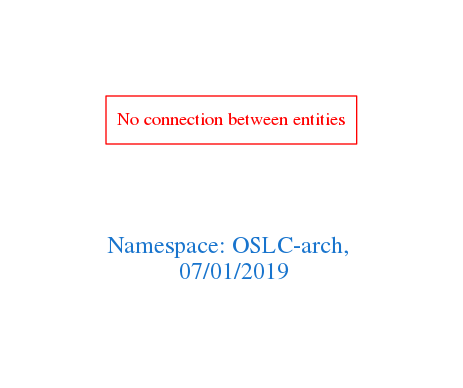
Before: downloads/OSLC-arch.png, a diagram exported from Graphviz (arago/OGIT). Its source is kept beside it as downloads/OSLC-arch.dot.
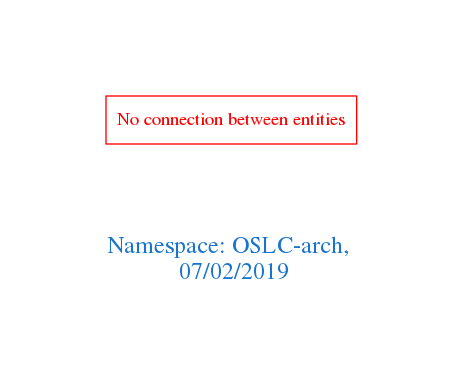
After the commit.

What changed in the source:
```diff
@@ -1,7 +1,7 @@
 digraph OGIT_ontology {
  graph [ rankdir= LR,pad=1
 fontsize = 18,
-fontcolor= dodgerblue3,label = "\n\n\nNamespace: OSLC-arch, \n 07/01/2019"];
+fontcolor= dodgerblue3,label = "\n\n\nNamespace: OSLC-arch, \n 07/02/2019"];
 node[shape=polygon];
 edge [  color="gray81"];
 
```
